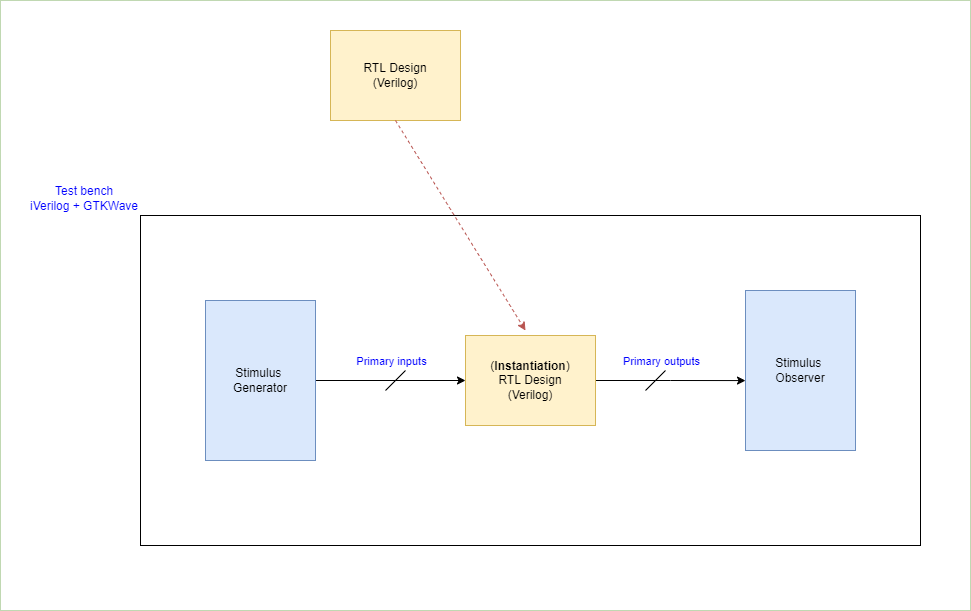
kambadur/sky130RTLDesignAndSynthesisWorkshop keeps this draw.io diagram as assets/simulation.png. Above is the earlier version. Source tidied: cells renumbered, new cells last; positions are measured from the earlier drawing's top-left corner, leaving out a move shared by most shapes.
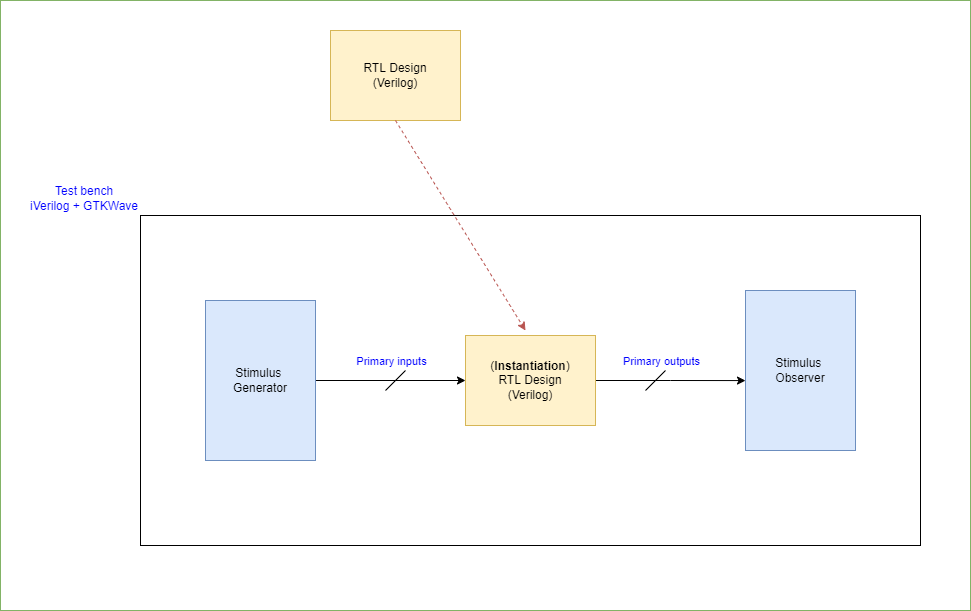
After the change.

Diff of the diagram source:
```diff
@@ -48,7 +48,7 @@
     <mxCell id="13" value="Primary outputs" style="edgeLabel;html=1;align=center;verticalAlign=middle;fontColor=#0000FF;rounded=0;" parent="1" vertex="1">
       <mxGeometry x="660" y="360" as="geometry" />
     </mxCell>
-    <mxCell id="14" style="rounded=0;whiteSpace=wrap;html=1;dashed=1;dashPattern=1 1;fillColor=none;strokeColor=#82b366;" parent="1" vertex="1">
+    <mxCell id="14" style="rounded=0;whiteSpace=wrap;html=1;fillColor=none;strokeColor=#82b366;" parent="1" vertex="1">
       <mxGeometry width="970" height="610" as="geometry" />
     </mxCell>
   </root>
```
